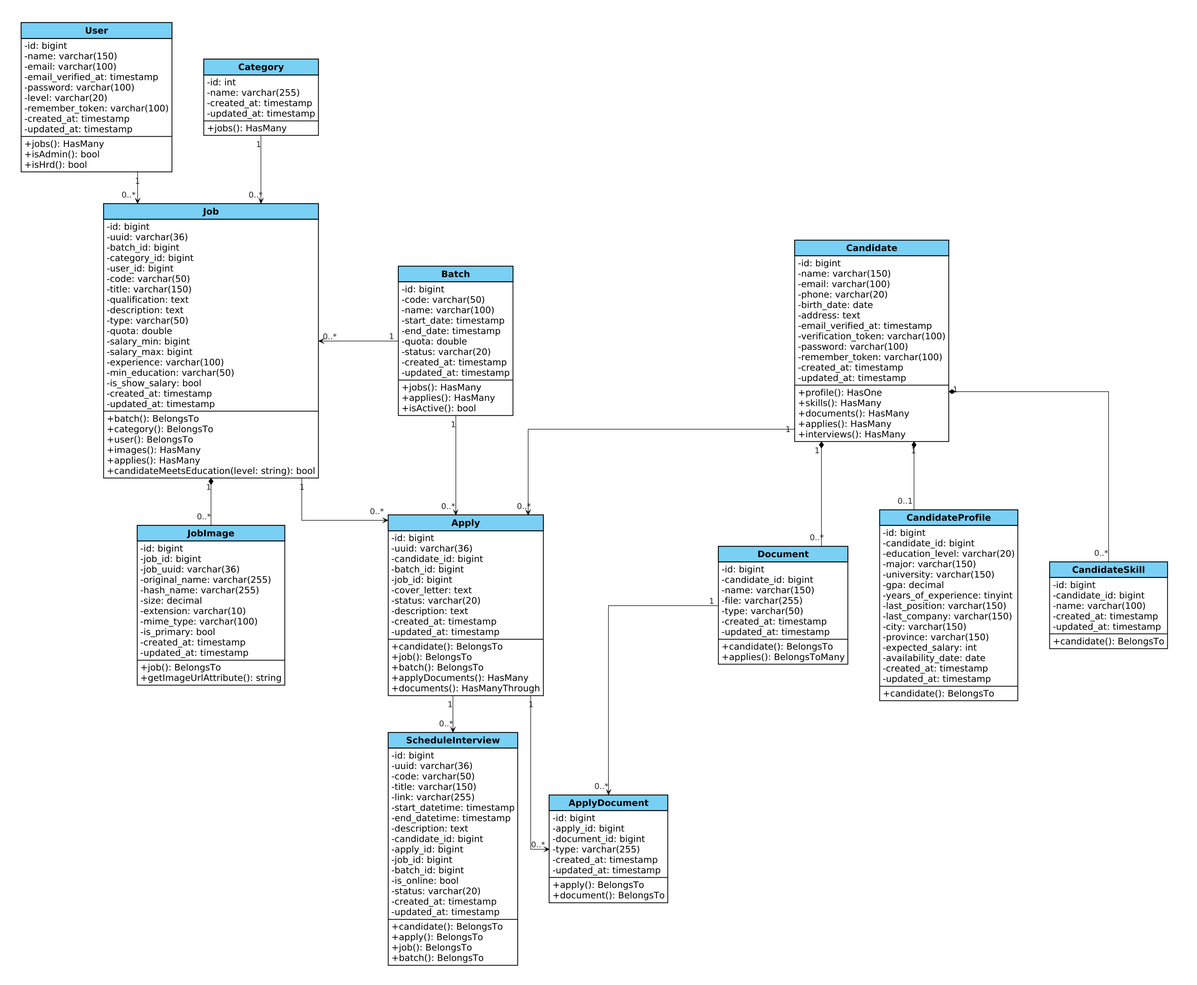
Before: public/assets/diagrams/VP/Class_Diagram_No_Enum copy.png, a diagram exported from PlantUML (Madtive-Studio/klinik_keluarga_career). Its diagram source:
```plantuml
@startuml
skinparam defaultFontName Arial
skinparam defaultFontSize 17
skinparam dpi 140
skinparam defaultFontColor #000000
skinparam shadowing false
skinparam roundcorner 0
skinparam linetype ortho
skinparam nodesep 60
skinparam ranksep 60

hide circle
skinparam classAttributeIconSize 0

skinparam package {
  BackgroundColor transparent
  BorderColor transparent
  FontColor transparent
  FontSize 1
}

skinparam class {
  BackgroundColor #FFFFFF
  HeaderBackgroundColor #7ACFF5
  BorderColor #000000
  BorderThickness 1.5
  FontColor #000000
  FontSize 19
  FontName Arial
  FontStyle bold
  AttributeFontColor #000000
  AttributeFontSize 17
  AttributeFontName Arial
}

skinparam ArrowColor #000000
skinparam ArrowFontSize 15
skinparam ArrowFontColor #222222

package "Vacancies" {
  class User {
    -id: bigint
    -name: varchar(150)
    -email: varchar(100)
    -email_verified_at: timestamp
    -password: varchar(100)
    -level: varchar(20)
    -remember_token: varchar(100)
    -created_at: timestamp
    -updated_at: timestamp
    __
    +jobs(): HasMany
    +isAdmin(): bool
    +isHrd(): bool
  }

  class Category {
    -id: int
    -name: varchar(255)
    -created_at: timestamp
    -updated_at: timestamp
    __
    +jobs(): HasMany
  }

  class Job {
    -id: bigint
    -uuid: varchar(36)
    -batch_id: bigint
    -category_id: bigint
    -user_id: bigint
    -code: varchar(50)
    -title: varchar(150)
    -qualification: text
    -description: text
    -type: varchar(50)
    -quota: double
    -salary_min: bigint
    -salary_max: bigint
    -experience: varchar(100)
    -min_education: varchar(50)
    -is_show_salary: bool
    -created_at: timestamp
    -updated_at: timestamp
    __
    +batch(): BelongsTo
    +category(): BelongsTo
    +user(): BelongsTo
    +images(): HasMany
    +applies(): HasMany
    +candidateMeetsEducation(level: string): bool
  }

  class JobImage {
    -id: bigint
    -job_id: bigint
    -job_uuid: varchar(36)
    -original_name: varchar(255)
    -hash_name: varchar(255)
    -size: decimal
    -extension: varchar(10)
    -mime_type: varchar(100)
    -is_primary: bool
    -created_at: timestamp
    -updated_at: timestamp
    __
    +job(): BelongsTo
    +getImageUrlAttribute(): string
  }
}

package "Selection" {
  class Batch {
    -id: bigint
    -code: varchar(50)
    -name: varchar(100)
    -start_date: timestamp
    -end_date: timestamp
    -quota: double
    -status: varchar(20)
    -created_at: timestamp
    -updated_at: timestamp
    __
    +jobs(): HasMany
    +applies(): HasMany
    +isActive(): bool
  }

  class Apply {
    -id: bigint
    -uuid: varchar(36)
    -candidate_id: bigint
    -batch_id: bigint
    -job_id: bigint
    -cover_letter: text
    -status: varchar(20)
    -description: text
    -created_at: timestamp
    -updated_at: timestamp
    __
    +candidate(): BelongsTo
    +job(): BelongsTo
    +batch(): BelongsTo
    +applyDocuments(): HasMany
    +documents(): HasManyThrough
  }

  class ApplyDocument {
    -id: bigint
    -apply_id: bigint
    -document_id: bigint
    -type: varchar(255)
    -created_at: timestamp
    -updated_at: timestamp
    __
    +apply(): BelongsTo
    +document(): BelongsTo
  }

  class ScheduleInterview {
    -id: bigint
    -uuid: varchar(36)
    -code: varchar(50)
    -title: varchar(150)
    -link: varchar(255)
    -start_datetime: timestamp
    -end_datetime: timestamp
    -description: text
    -candidate_id: bigint
    -apply_id: bigint
    -job_id: bigint
    -batch_id: bigint
    -is_online: bool
    -status: varchar(20)
    -created_at: timestamp
    -updated_at: timestamp
    __
    +candidate(): BelongsTo
    +apply(): BelongsTo
    +job(): BelongsTo
    +batch(): BelongsTo
  }
}

package "CandidatePkg" {
  class Candidate {
    -id: bigint
    -name: varchar(150)
    -email: varchar(100)
    -phone: varchar(20)
    -birth_date: date
    -address: text
    -email_verified_at: timestamp
    -verification_token: varchar(100)
    -password: varchar(100)
    -remember_token: varchar(100)
    -created_at: timestamp
    -updated_at: timestamp
    __
    +profile(): HasOne
    +skills(): HasMany
    +documents(): HasMany
    +applies(): HasMany
    +interviews(): HasMany
  }

  class CandidateProfile {
    -id: bigint
    -candidate_id: bigint
    -education_level: varchar(20)
    -major: varchar(150)
    -university: varchar(150)
    -gpa: decimal
    -years_of_experience: tinyint
    -last_position: varchar(150)
    -last_company: varchar(150)
    -city: varchar(150)
    -province: varchar(150)
    -expected_salary: int
    -availability_date: date
    -created_at: timestamp
    -updated_at: timestamp
    __
    +candidate(): BelongsTo
  }

  class CandidateSkill {
    -id: bigint
    -candidate_id: bigint
    -name: varchar(100)
    -created_at: timestamp
    -updated_at: timestamp
    __
    +candidate(): BelongsTo
  }

  class Document {
    -id: bigint
    -candidate_id: bigint
    -name: varchar(150)
    -file: varchar(255)
    -type: varchar(50)
    -created_at: timestamp
    -updated_at: timestamp
    __
    +candidate(): BelongsTo
    +applies(): BelongsToMany
  }
}

Vacancies -[hidden]right-> Selection
Selection -[hidden]right-> CandidatePkg


User "1" -down-> "0..*" Job
Category "1" -down-> "0..*" Job
Job "1" *-down- "0..*" JobImage

Apply "1" -down-> "0..*" ApplyDocument
Apply "1" -down-> "0..*" ScheduleInterview

Candidate "1" *-down- "0..*" Document
Candidate "1" *-down- "0..1" CandidateProfile
Candidate "1" *-down- "0..*" CandidateSkill
Document -[hidden]right-> CandidateProfile
CandidateProfile -[hidden]right-> CandidateSkill


Batch "1" -left-> "0..*" Job

Batch "1" -down-> "0..*" Apply

Job "1" -right-> "0..*" Apply

Candidate "1" -left-> "0..*" Apply

Document "1" -[#000000]down-> "0..*" ApplyDocument
@enduml
```
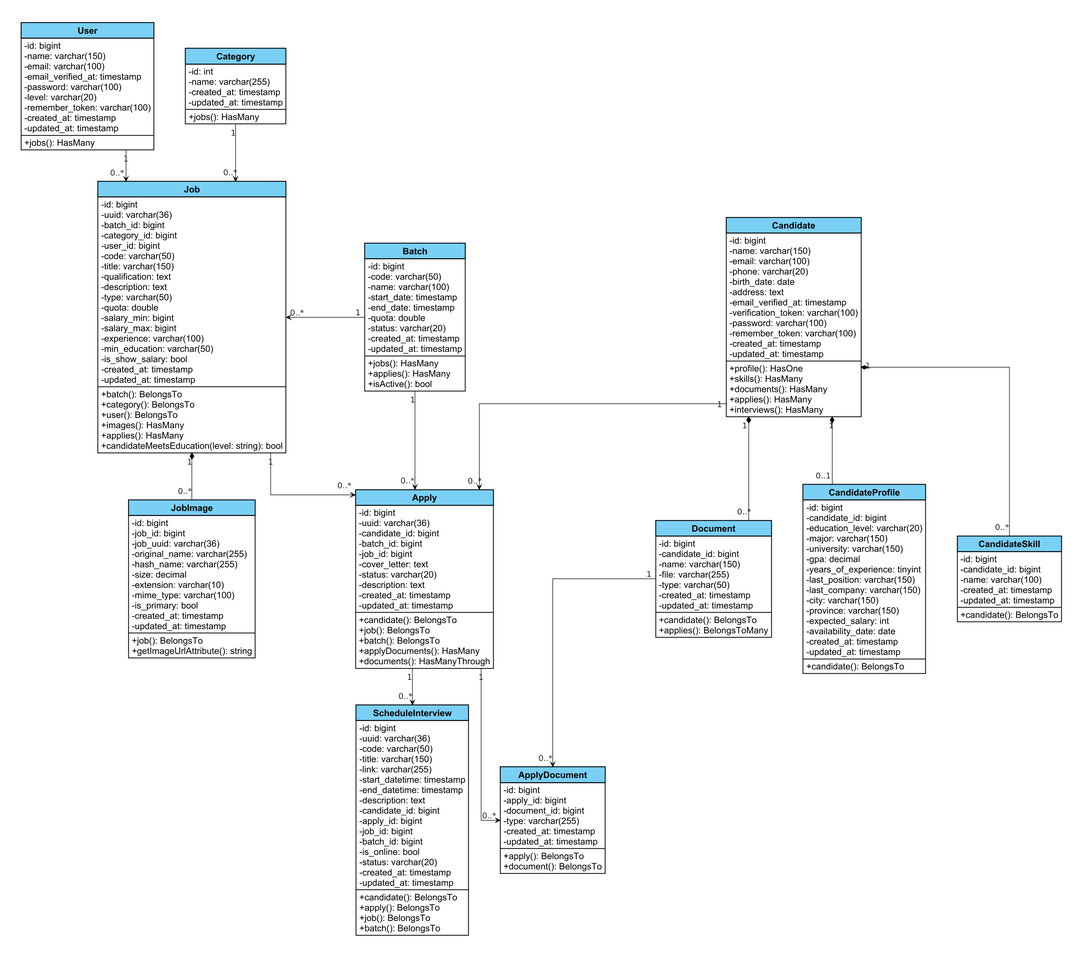
Later version of the same file.

Commit message:
docs: sync deployment, class and sequence diagrams and report with codebase

The edit, as a diff of the source:
```diff
@@ -1,5 +1,5 @@
 @startuml
-skinparam defaultFontName Arial
+skinparam defaultFontName "DejaVu Sans"
 skinparam defaultFontSize 17
 skinparam dpi 140
 skinparam defaultFontColor #000000
@@ -50,8 +50,6 @@
     -updated_at: timestamp
     __
     +jobs(): HasMany
-    +isAdmin(): bool
-    +isHrd(): bool
   }
 
   class Category {
@@ -275,4 +273,5 @@
 Candidate "1" -left-> "0..*" Apply
 
 Document "1" -[#000000]down-> "0..*" ApplyDocument
+
 @enduml
```
